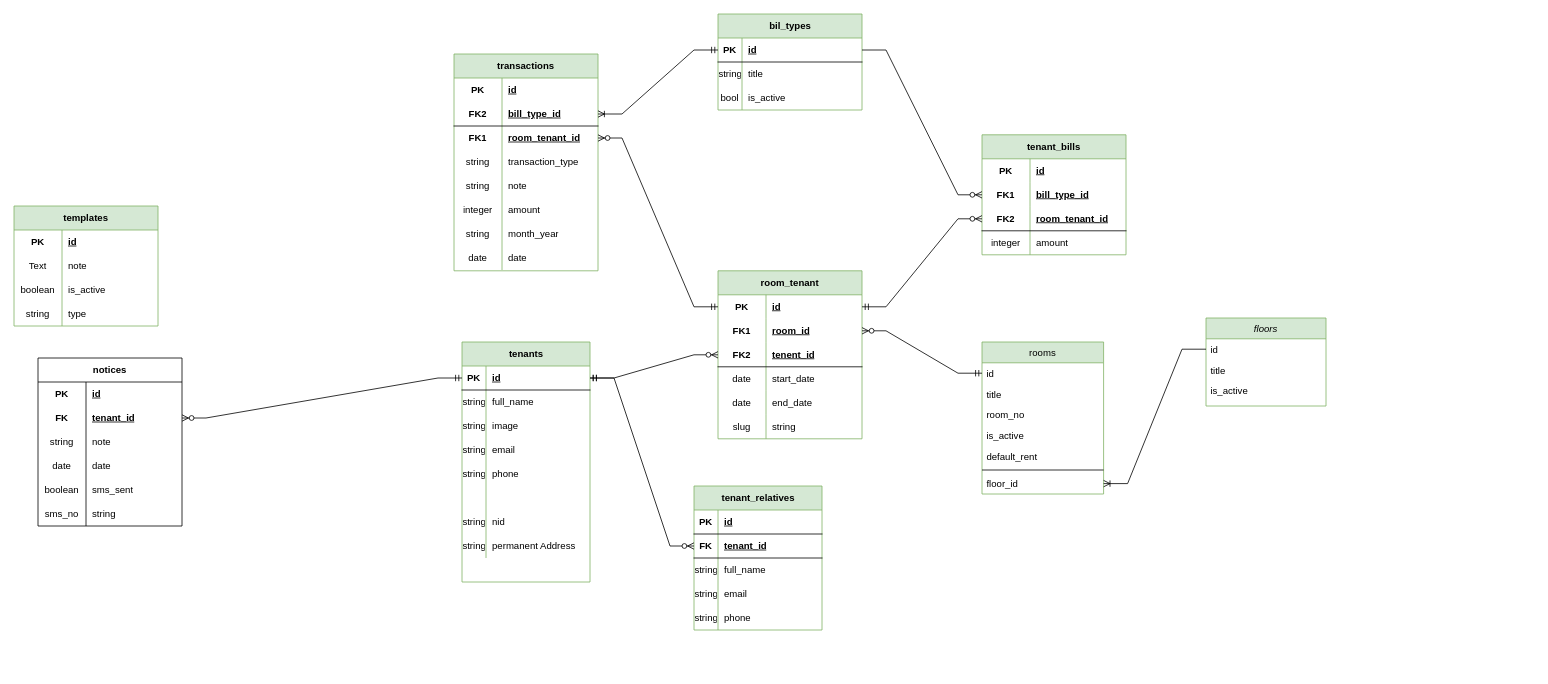
Above: Untitled Diagram.drawio in grim-firefly/storage (draw.io), before the change. Source tidied: cells renumbered, new cells numbered last; positions are measured from the earlier drawing's top-left corner, leaving out a move shared by most shapes. Both pictures are drawn from the tidied source at 80%, with x=0, y=0 at pixel (14, 14).
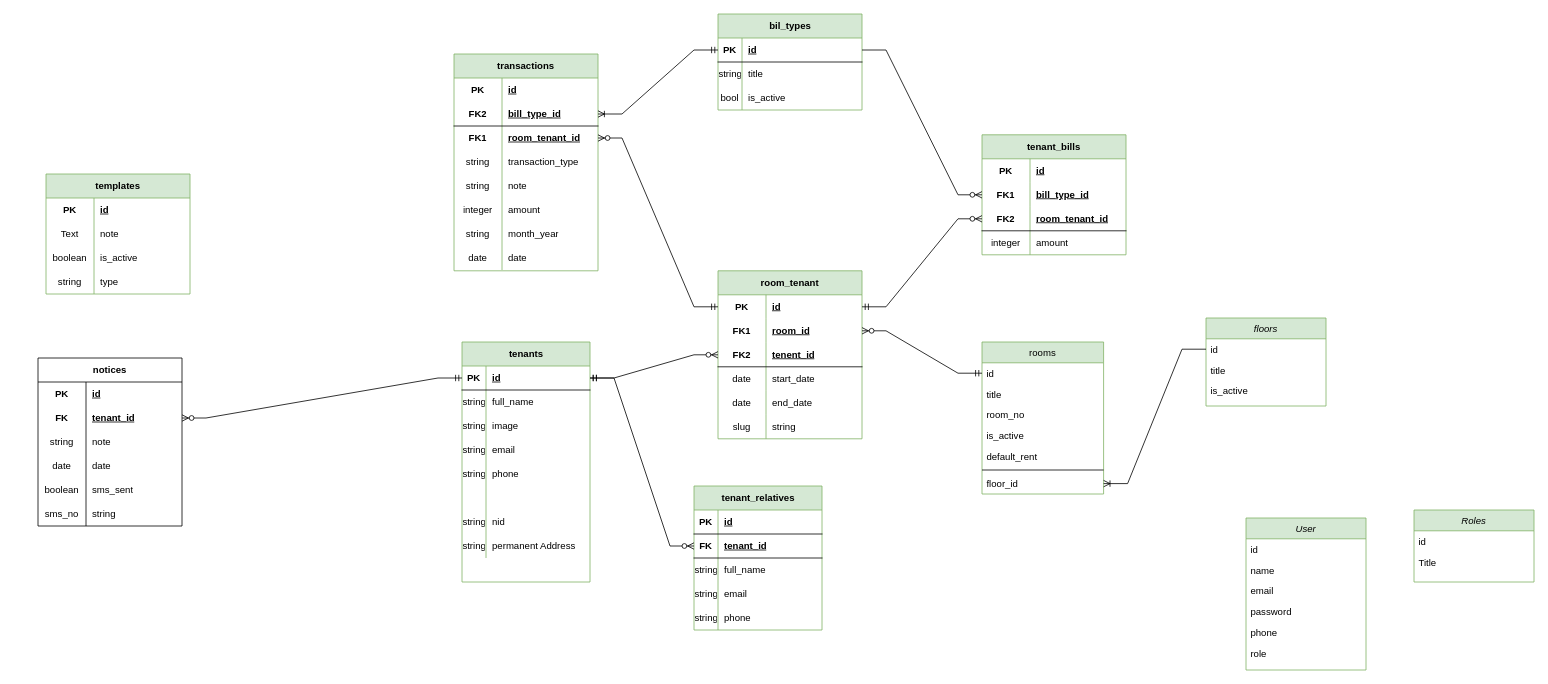
Above is the later version.

Diff of the diagram source:
```diff
@@
     <mxCell id="133" value="templates" style="shape=table;startSize=30;childLayout=tableLayout;rowLines=0;fontStyle=1;align=center;html=1;whiteSpace=wrap;fillColor=#d5e8d4;strokeColor=#82b366;" parent="1" vertex="1">
-      <mxGeometry y="240" width="180" height="150" as="geometry" />
+      <mxGeometry x="40" y="200" width="180" height="150" as="geometry" />
     </mxCell>
@@
+    <mxCell id="163" value="User" style="swimlane;fontStyle=2;align=center;verticalAlign=top;horizontal=1;startSize=26;rounded=0;shadow=0;strokeWidth=1;fillColor=#d5e8d4;strokeColor=#82b366;" parent="1" vertex="1">
+      <mxGeometry x="1540" y="630" width="150" height="190" as="geometry" />
+    </mxCell>
+    <mxCell id="164" value="id" style="text;align=left;verticalAlign=top;spacingLeft=4;spacingRight=4;overflow=hidden;" parent="163" vertex="1">
+      <mxGeometry y="26" width="150" height="26" as="geometry" />
+    </mxCell>
+    <mxCell id="165" value="name" style="text;align=left;verticalAlign=top;spacingLeft=4;spacingRight=4;overflow=hidden;rounded=0;shadow=0;html=0;" parent="163" vertex="1">
+      <mxGeometry y="52" width="150" height="26" as="geometry" />
+    </mxCell>
+    <mxCell id="166" value="email&#10;" style="text;align=left;verticalAlign=top;spacingLeft=4;spacingRight=4;overflow=hidden;rounded=0;shadow=0;html=0;" parent="163" vertex="1">
+      <mxGeometry y="78" width="150" height="26" as="geometry" />
+    </mxCell>
+    <mxCell id="167" value="password" style="text;align=left;verticalAlign=top;spacingLeft=4;spacingRight=4;overflow=hidden;rounded=0;shadow=0;html=0;" parent="163" vertex="1">
+      <mxGeometry y="104" width="150" height="26" as="geometry" />
+    </mxCell>
+    <mxCell id="168" value="phone" style="text;align=left;verticalAlign=top;spacingLeft=4;spacingRight=4;overflow=hidden;rounded=0;shadow=0;html=0;" parent="163" vertex="1">
+      <mxGeometry y="130" width="150" height="26" as="geometry" />
+    </mxCell>
+    <mxCell id="169" value="role" style="text;align=left;verticalAlign=top;spacingLeft=4;spacingRight=4;overflow=hidden;rounded=0;shadow=0;html=0;" parent="163" vertex="1">
+      <mxGeometry y="156" width="150" height="26" as="geometry" />
+    </mxCell>
+    <mxCell id="170" value="Roles" style="swimlane;fontStyle=2;align=center;verticalAlign=top;horizontal=1;startSize=26;rounded=0;shadow=0;strokeWidth=1;fillColor=#d5e8d4;strokeColor=#82b366;" parent="1" vertex="1">
+      <mxGeometry x="1750" y="620" width="150" height="90" as="geometry" />
+    </mxCell>
+    <mxCell id="171" value="id" style="text;align=left;verticalAlign=top;spacingLeft=4;spacingRight=4;overflow=hidden;" parent="170" vertex="1">
+      <mxGeometry y="26" width="150" height="26" as="geometry" />
+    </mxCell>
+    <mxCell id="172" value="Title" style="text;align=left;verticalAlign=top;spacingLeft=4;spacingRight=4;overflow=hidden;rounded=0;shadow=0;html=0;" parent="170" vertex="1">
+      <mxGeometry y="52" width="150" height="26" as="geometry" />
+    </mxCell>
```
